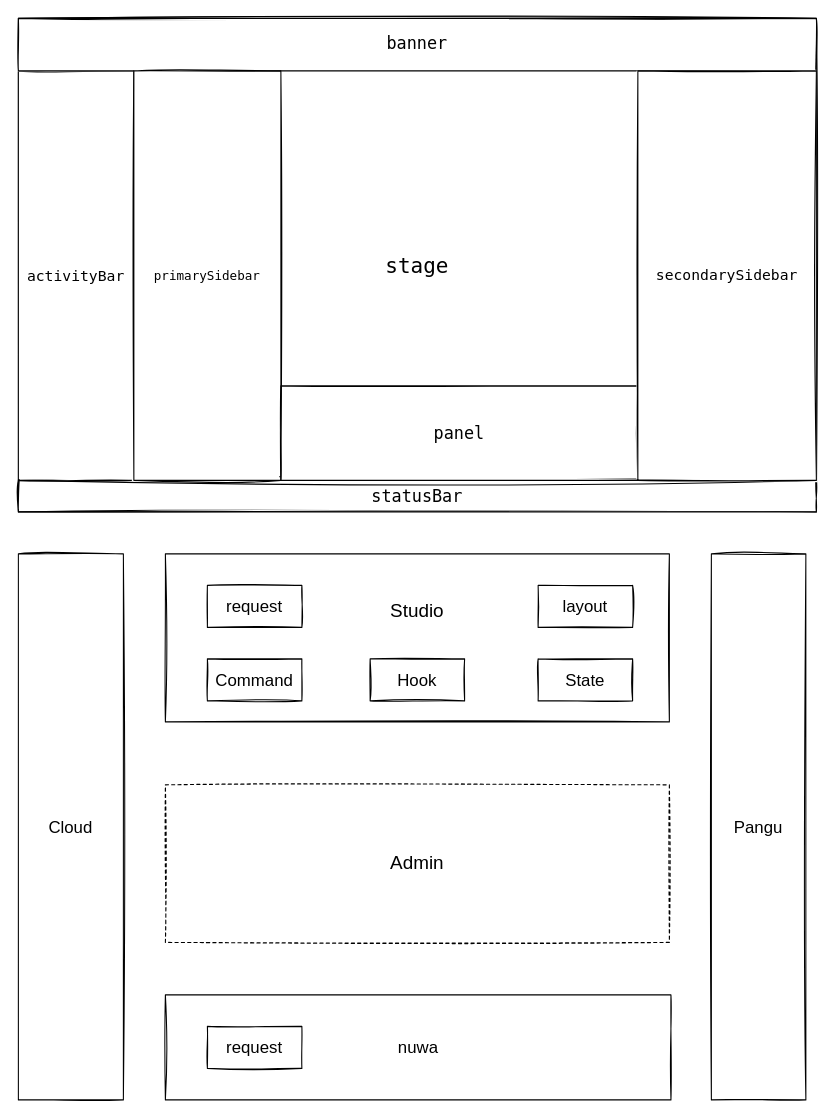
Earlier version of the draw.io diagram doc/插件架构.dio (wenchuanli1989/groot). Source tidied: cells renumbered, new cells numbered last; positions are measured from the earlier drawing's top-left corner, leaving out a move shared by most shapes. Both pictures are drawn from the tidied source at 105%, with x=0, y=0 at pixel (18, 18).
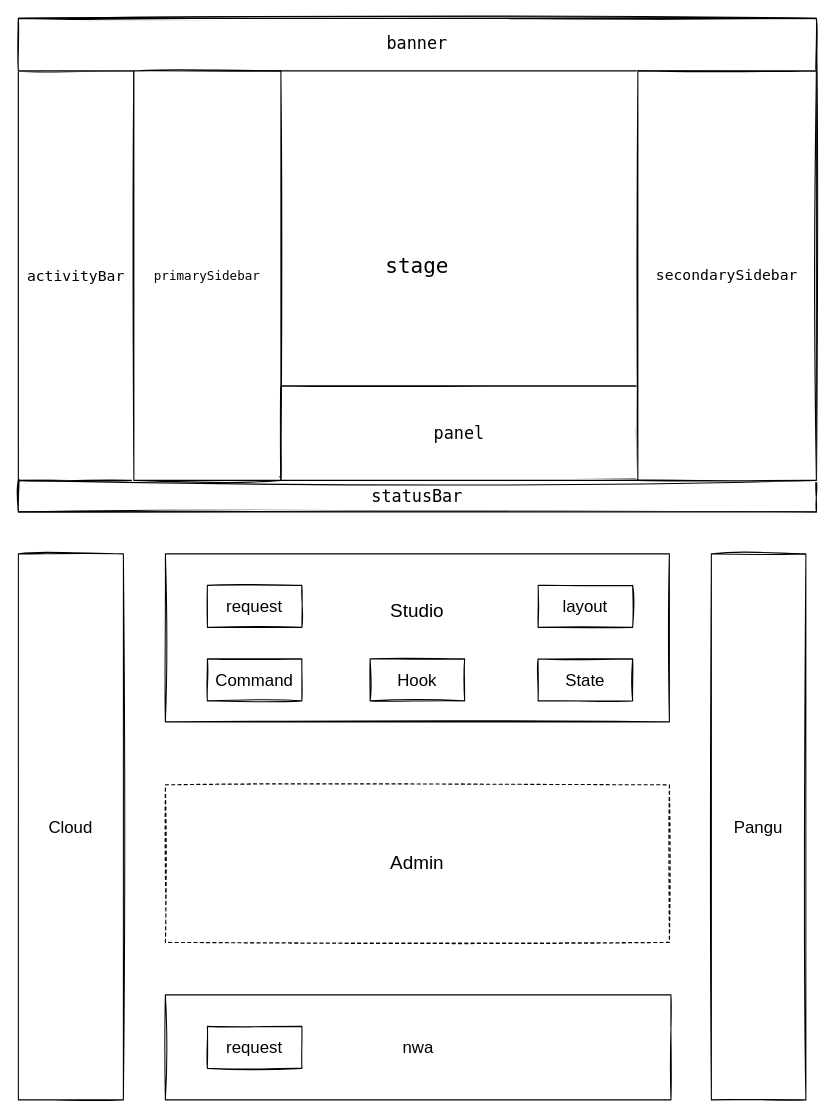
After the change.

What changed in the source:
```diff
@@
-    <mxCell id="16" value="&lt;div style=&quot;text-align: left;&quot;&gt;&lt;span style=&quot;background-color: rgb(255, 255, 255);&quot;&gt;nuwa&lt;/span&gt;&lt;/div&gt;" style="whiteSpace=wrap;html=1;rounded=0;sketch=1;fontSize=16;" parent="1" vertex="1">
+    <mxCell id="16" value="&lt;div style=&quot;text-align: left;&quot;&gt;&lt;span style=&quot;background-color: rgb(255, 255, 255);&quot;&gt;nwa&lt;/span&gt;&lt;/div&gt;" style="whiteSpace=wrap;html=1;rounded=0;sketch=1;fontSize=16;" parent="1" vertex="1">
       <mxGeometry x="140" y="930" width="481.5" height="100" as="geometry" />
     </mxCell>
```
